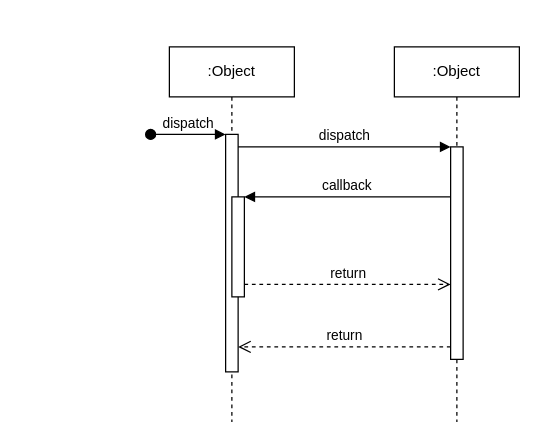
Above: se.drawio in Yaya25aom/bookhotel (draw.io), before the change. Source tidied: cells renumbered, new cells numbered last; positions are measured from the earlier drawing's top-left corner, leaving out a move shared by most shapes. Both pictures are drawn from the tidied source at 125%, with x=0, y=0 at pixel (150, 46).
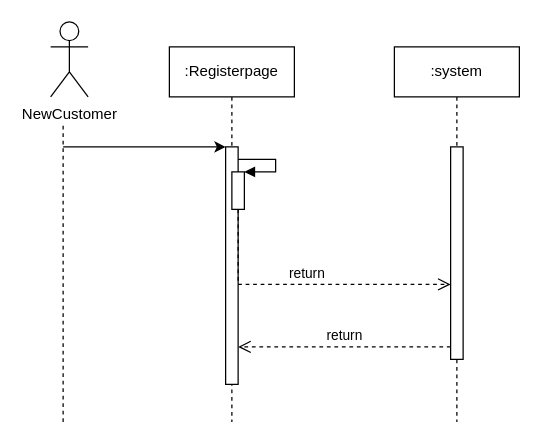
After the change.

Diff of the diagram source:
```diff
@@
 <mxGraphModel>
   <root>
     <mxCell id="0" />
     <mxCell id="1" parent="0" />
-    <mxCell id="2" value=":Object" style="shape=umlLifeline;perimeter=lifelinePerimeter;whiteSpace=wrap;html=1;newEdgeStyle={&quot;edgeStyle&quot;:&quot;elbowEdgeStyle&quot;,&quot;elbow&quot;:&quot;vertical&quot;,&quot;curved&quot;:0,&quot;rounded&quot;:0};" parent="1" vertex="1">
+    <mxCell id="2" value=":Registerpage" style="shape=umlLifeline;perimeter=lifelinePerimeter;whiteSpace=wrap;html=1;newEdgeStyle={&quot;edgeStyle&quot;:&quot;elbowEdgeStyle&quot;,&quot;elbow&quot;:&quot;vertical&quot;,&quot;curved&quot;:0,&quot;rounded&quot;:0};" parent="1" vertex="1">
       <mxGeometry x="15" width="100" height="300" as="geometry" />
     </mxCell>
     <mxCell id="3" style="html=1;points=[];perimeter=orthogonalPerimeter;outlineConnect=0;targetShapes=umlLifeline;portConstraint=eastwest;newEdgeStyle={&quot;edgeStyle&quot;:&quot;elbowEdgeStyle&quot;,&quot;elbow&quot;:&quot;vertical&quot;,&quot;curved&quot;:0,&quot;rounded&quot;:0};" parent="2" vertex="1">
-      <mxGeometry x="45" y="70" width="10" height="190" as="geometry" />
+      <mxGeometry x="45" y="80" width="10" height="190" as="geometry" />
     </mxCell>
-    <mxCell id="4" value="dispatch" style="html=1;verticalAlign=bottom;startArrow=oval;endArrow=block;startSize=8;edgeStyle=elbowEdgeStyle;elbow=vertical;curved=0;rounded=0;" parent="2" edge="1" target="3">
-      <mxGeometry relative="1" as="geometry">
-        <mxPoint x="-15" y="70" as="sourcePoint" />
-      </mxGeometry>
-    </mxCell>
     <mxCell id="5" style="html=1;points=[];perimeter=orthogonalPerimeter;outlineConnect=0;targetShapes=umlLifeline;portConstraint=eastwest;newEdgeStyle={&quot;edgeStyle&quot;:&quot;elbowEdgeStyle&quot;,&quot;elbow&quot;:&quot;vertical&quot;,&quot;curved&quot;:0,&quot;rounded&quot;:0};" parent="2" vertex="1">
-      <mxGeometry x="50" y="120" width="10" height="80" as="geometry" />
+      <mxGeometry x="50" y="100" width="10" height="30" as="geometry" />
     </mxCell>
+    <mxCell id="8" style="html=1;verticalAlign=bottom;endArrow=block;edgeStyle=orthogonalEdgeStyle;elbow=vertical;rounded=0;" parent="2" edge="1">
+      <mxGeometry relative="1" as="geometry">
+        <mxPoint x="55" y="90" as="sourcePoint" />
+        <mxPoint x="60" y="100" as="targetPoint" />
+        <Array as="points">
+          <mxPoint x="55" y="90" />
+          <mxPoint x="85" y="90" />
+          <mxPoint x="85" y="100" />
+        </Array>
+      </mxGeometry>
+    </mxCell>
-    <mxCell id="6" value=":Object" style="shape=umlLifeline;perimeter=lifelinePerimeter;whiteSpace=wrap;html=1;newEdgeStyle={&quot;edgeStyle&quot;:&quot;elbowEdgeStyle&quot;,&quot;elbow&quot;:&quot;vertical&quot;,&quot;curved&quot;:0,&quot;rounded&quot;:0};" parent="1" vertex="1">
+    <mxCell id="6" value=":system" style="shape=umlLifeline;perimeter=lifelinePerimeter;whiteSpace=wrap;html=1;newEdgeStyle={&quot;edgeStyle&quot;:&quot;elbowEdgeStyle&quot;,&quot;elbow&quot;:&quot;vertical&quot;,&quot;curved&quot;:0,&quot;rounded&quot;:0};" parent="1" vertex="1">
       <mxGeometry x="195" width="100" height="300" as="geometry" />
     </mxCell>
     <mxCell id="7" style="html=1;points=[];perimeter=orthogonalPerimeter;outlineConnect=0;targetShapes=umlLifeline;portConstraint=eastwest;newEdgeStyle={&quot;edgeStyle&quot;:&quot;elbowEdgeStyle&quot;,&quot;elbow&quot;:&quot;vertical&quot;,&quot;curved&quot;:0,&quot;rounded&quot;:0};" parent="6" vertex="1">
       <mxGeometry x="45" y="80" width="10" height="170" as="geometry" />
     </mxCell>
-    <mxCell id="8" value="dispatch" style="html=1;verticalAlign=bottom;endArrow=block;edgeStyle=elbowEdgeStyle;elbow=vertical;curved=0;rounded=0;" parent="1" edge="1" source="3" target="7">
-      <mxGeometry relative="1" as="geometry">
-        <Array as="points">
-          <mxPoint x="155" y="80" />
-        </Array>
-      </mxGeometry>
-    </mxCell>
     <mxCell id="9" value="return" style="html=1;verticalAlign=bottom;endArrow=open;dashed=1;endSize=8;edgeStyle=elbowEdgeStyle;elbow=vertical;curved=0;rounded=0;" parent="1" edge="1" source="7" target="3">
       <mxGeometry relative="1" as="geometry">
         <Array as="points">
           <mxPoint x="165" y="240" />
         </Array>
       </mxGeometry>
     </mxCell>
-    <mxCell id="10" value="callback" style="html=1;verticalAlign=bottom;endArrow=block;edgeStyle=elbowEdgeStyle;elbow=vertical;curved=0;rounded=0;" parent="1" edge="1" source="7" target="5">
-      <mxGeometry relative="1" as="geometry">
-        <Array as="points">
-          <mxPoint x="165" y="120" />
-        </Array>
-      </mxGeometry>
-    </mxCell>
     <mxCell id="11" value="return" style="html=1;verticalAlign=bottom;endArrow=open;dashed=1;endSize=8;edgeStyle=elbowEdgeStyle;elbow=vertical;curved=0;rounded=0;" parent="1" edge="1" source="5" target="7">
       <mxGeometry relative="1" as="geometry">
         <Array as="points">
           <mxPoint x="155" y="190" />
         </Array>
       </mxGeometry>
     </mxCell>
+    <mxCell id="12" value="NewCustomer" style="shape=umlActor;verticalLabelPosition=bottom;verticalAlign=top;html=1;" parent="1" vertex="1">
+      <mxGeometry x="-80" y="-20" width="30" height="60" as="geometry" />
+    </mxCell>
+    <mxCell id="13" style="endArrow=none;html=1;rounded=0;dashed=1;" parent="1" edge="1">
+      <mxGeometry relative="1" as="geometry">
+        <mxPoint x="-70" y="300" as="sourcePoint" />
+        <mxPoint x="-70" y="60" as="targetPoint" />
+      </mxGeometry>
+    </mxCell>
+    <mxCell id="14" style="endArrow=classic;html=1;rounded=0;" parent="1" edge="1" target="3">
+      <mxGeometry relative="1" as="geometry">
+        <mxPoint x="-70" y="80" as="sourcePoint" />
+      </mxGeometry>
+    </mxCell>
   </root>
 </mxGraphModel>
```
